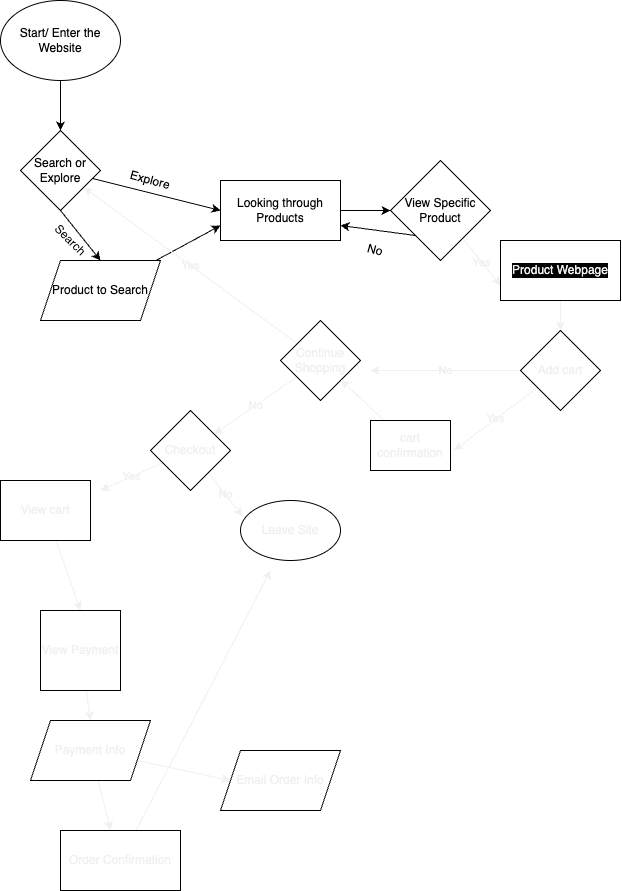
The draw.io diagram explore/diagramming/diagram.drawio.png in sierra392/sp24-cse110-lab4, before a commit. Source tidied: cells renumbered, new cells last; positions are measured from the earlier drawing's top-left corner, leaving out a move shared by most shapes.
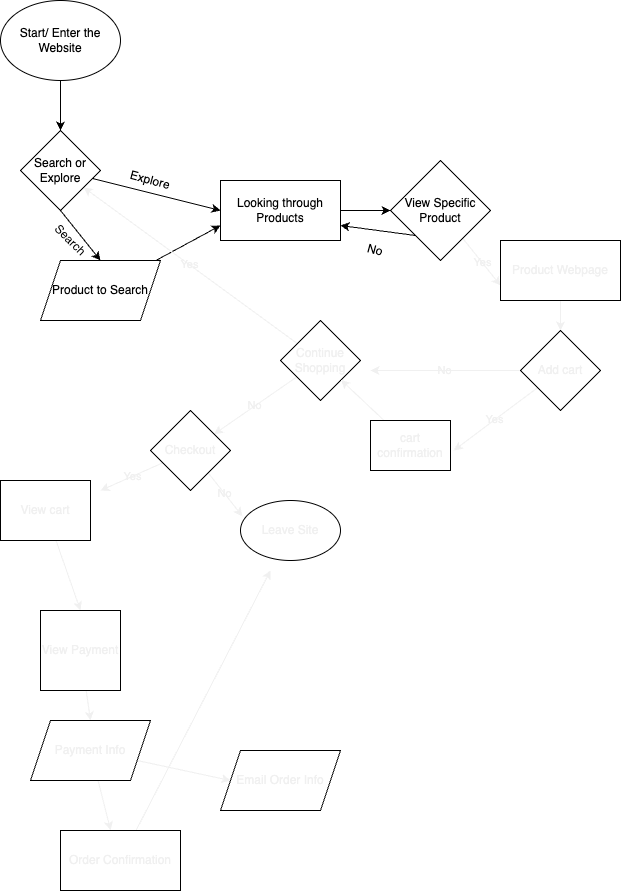
Later version of the same file.

What changed in the source:
```diff
@@ -56,7 +56,7 @@
     <mxCell id="17" style="edgeStyle=none;html=1;labelBackgroundColor=none;strokeColor=#F0F0F0;fontColor=#F0F0F0;" parent="1" edge="1" source="18" target="21">
       <mxGeometry relative="1" as="geometry" />
     </mxCell>
-    <mxCell id="18" value="Product Webpage" style="rounded=0;whiteSpace=wrap;html=1;labelBackgroundColor=#000000;fontColor=#F0F0F0;fillColor=default;" parent="1" vertex="1">
+    <mxCell id="18" value="Product Webpage" style="rounded=0;whiteSpace=wrap;html=1;labelBackgroundColor=none;fontColor=#F0F0F0;fillColor=default;" parent="1" vertex="1">
       <mxGeometry x="500" y="240" width="120" height="60" as="geometry" />
     </mxCell>
     <mxCell id="19" value="No" style="edgeStyle=none;html=1;labelBackgroundColor=none;strokeColor=#F0F0F0;fontColor=#F0F0F0;" parent="1" edge="1" source="21">
```
